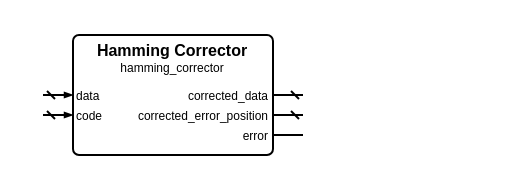
Earlier version of the draw.io diagram sources/error_control/hamming/hamming_corrector.symbol.drawio (Louis-DR/OmniCores-BuildingBlocks). Source tidied: cells renumbered, new cells numbered last; positions are measured from the earlier drawing's top-left corner, leaving out a move shared by most shapes. Both pictures are drawn from the tidied source at 200%, with x=0, y=0 at pixel (42, 34).
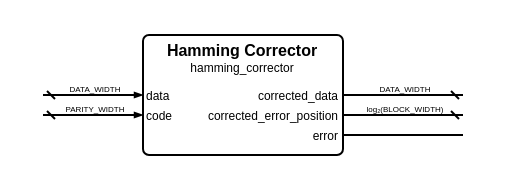
Above is the later version.

Change to the diagram source:
```diff
@@
     <mxCell id="2" style="group;" parent="1" vertex="1">
-      <mxGeometry width="130" height="60" as="geometry" />
+      <mxGeometry width="210" height="60" as="geometry" />
     </mxCell>
     <mxCell id="3" style="rounded=1;arcSize=5;fillColor=none;strokeWidth=1;strokeColor=black;whiteSpace=wrap;html=1;" parent="2" vertex="1">
-      <mxGeometry x="15" width="100" height="60" as="geometry" />
+      <mxGeometry x="50" width="100" height="60" as="geometry" />
     </mxCell>
     <mxCell id="4" value="Hamming Corrector" style="text;html=1;align=center;verticalAlign=middle;whiteSpace=wrap;rounded=0;fontSize=8;fontStyle=1;fontColor=black;" parent="2" vertex="1">
-      <mxGeometry x="15" y="7" width="100" as="geometry" />
+      <mxGeometry x="50" y="7" width="100" as="geometry" />
     </mxCell>
     <mxCell id="5" value="hamming_corrector" style="text;html=1;align=center;verticalAlign=middle;whiteSpace=wrap;rounded=0;fontSize=6;fontStyle=0;fontColor=black;" parent="2" vertex="1">
-      <mxGeometry x="15" y="16" width="100" as="geometry" />
+      <mxGeometry x="50" y="16" width="100" as="geometry" />
     </mxCell>
     <mxCell id="6" value="data" style="text;html=1;align=left;verticalAlign=middle;whiteSpace=wrap;rounded=0;fontSize=6;fontStyle=0;fontColor=black;" parent="2" vertex="1">
-      <mxGeometry x="15" y="30" width="100" as="geometry" />
+      <mxGeometry x="50" y="30" width="100" as="geometry" />
     </mxCell>
     <mxCell id="7" style="html=1;rounded=1;strokeWidth=1;strokeColor=black;startFill=0;startSize=2;startArrow=dash;endFill=1;endSize=2;endArrow=blockThin;sourcePerimeterSpacing=0;" parent="2" edge="1">
       <mxGeometry relative="1" as="geometry">
         <mxPoint y="30" as="sourcePoint" />
-        <mxPoint x="15" y="30" as="targetPoint" />
+        <mxPoint x="50" y="30" as="targetPoint" />
       </mxGeometry>
     </mxCell>
+    <mxCell id="16" value="DATA_WIDTH" style="text;html=1;align=center;verticalAlign=middle;whiteSpace=nowrap;rounded=0;fontSize=4;fontStyle=0;fontColor=black;" parent="2" vertex="1">
+      <mxGeometry x="25" y="27" as="geometry" />
+    </mxCell>
     <mxCell id="8" value="corrected_data" style="text;html=1;align=right;verticalAlign=middle;whiteSpace=wrap;rounded=0;fontSize=6;fontStyle=0;fontColor=black;" parent="2" vertex="1">
-      <mxGeometry x="15" y="30" width="100" as="geometry" />
+      <mxGeometry x="50" y="30" width="100" as="geometry" />
     </mxCell>
     <mxCell id="9" style="html=1;rounded=1;strokeWidth=1;strokeColor=black;startFill=0;startSize=2;startArrow=dash;endFill=1;endSize=2;endArrow=none;sourcePerimeterSpacing=0;" parent="2" edge="1">
       <mxGeometry relative="1" as="geometry">
-        <mxPoint x="130" y="30" as="sourcePoint" />
-        <mxPoint x="115" y="30" as="targetPoint" />
+        <mxPoint x="210" y="30" as="sourcePoint" />
+        <mxPoint x="150" y="30" as="targetPoint" />
       </mxGeometry>
     </mxCell>
+    <mxCell id="17" value="DATA_WIDTH" style="text;html=1;align=center;verticalAlign=middle;whiteSpace=nowrap;rounded=0;fontSize=4;fontStyle=0;fontColor=black;" parent="2" vertex="1">
+      <mxGeometry x="180" y="27" as="geometry" />
+    </mxCell>
     <mxCell id="10" value="code" style="text;html=1;align=left;verticalAlign=middle;whiteSpace=wrap;rounded=0;fontSize=6;fontStyle=0;fontColor=black;" parent="2" vertex="1">
-      <mxGeometry x="15" y="40" width="100" as="geometry" />
+      <mxGeometry x="50" y="40" width="100" as="geometry" />
     </mxCell>
     <mxCell id="11" style="html=1;rounded=1;strokeWidth=1;strokeColor=black;startFill=0;startSize=2;startArrow=dash;endFill=1;endSize=2;endArrow=blockThin;sourcePerimeterSpacing=0;" parent="2" edge="1">
       <mxGeometry relative="1" as="geometry">
         <mxPoint y="40" as="sourcePoint" />
-        <mxPoint x="15" y="40" as="targetPoint" />
+        <mxPoint x="50" y="40" as="targetPoint" />
       </mxGeometry>
     </mxCell>
+    <mxCell id="18" value="PARITY_WIDTH" style="text;html=1;align=center;verticalAlign=middle;whiteSpace=nowrap;rounded=0;fontSize=4;fontStyle=0;fontColor=black;" parent="2" vertex="1">
+      <mxGeometry x="25" y="37" as="geometry" />
+    </mxCell>
     <mxCell id="12" value="corrected_error_position" style="text;html=1;align=right;verticalAlign=middle;whiteSpace=wrap;rounded=0;fontSize=6;fontStyle=0;fontColor=black;" parent="2" vertex="1">
-      <mxGeometry x="15" y="40" width="100" as="geometry" />
+      <mxGeometry x="50" y="40" width="100" as="geometry" />
     </mxCell>
     <mxCell id="13" style="html=1;rounded=1;strokeWidth=1;strokeColor=black;startFill=0;startSize=2;startArrow=dash;endFill=1;endSize=2;endArrow=none;sourcePerimeterSpacing=0;" parent="2" edge="1">
       <mxGeometry relative="1" as="geometry">
-        <mxPoint x="130" y="40" as="sourcePoint" />
-        <mxPoint x="115" y="40" as="targetPoint" />
+        <mxPoint x="210" y="40" as="sourcePoint" />
+        <mxPoint x="150" y="40" as="targetPoint" />
       </mxGeometry>
     </mxCell>
+    <mxCell id="19" value="log₂(BLOCK_WIDTH)" style="text;html=1;align=center;verticalAlign=middle;whiteSpace=nowrap;rounded=0;fontSize=4;fontStyle=0;fontColor=black;" parent="2" vertex="1">
+      <mxGeometry x="180" y="37" as="geometry" />
+    </mxCell>
     <mxCell id="14" value="error" style="text;html=1;align=right;verticalAlign=middle;whiteSpace=wrap;rounded=0;fontSize=6;fontStyle=0;fontColor=black;" parent="2" vertex="1">
-      <mxGeometry x="15" y="50" width="100" as="geometry" />
+      <mxGeometry x="50" y="50" width="100" as="geometry" />
     </mxCell>
     <mxCell id="15" style="html=1;rounded=1;strokeWidth=1;strokeColor=black;startFill=0;startSize=2;startArrow=none;endFill=1;endSize=2;endArrow=none;sourcePerimeterSpacing=0;" parent="2" edge="1">
       <mxGeometry relative="1" as="geometry">
-        <mxPoint x="130" y="50" as="sourcePoint" />
-        <mxPoint x="115" y="50" as="targetPoint" />
+        <mxPoint x="210" y="50" as="sourcePoint" />
+        <mxPoint x="150" y="50" as="targetPoint" />
       </mxGeometry>
     </mxCell>
```
